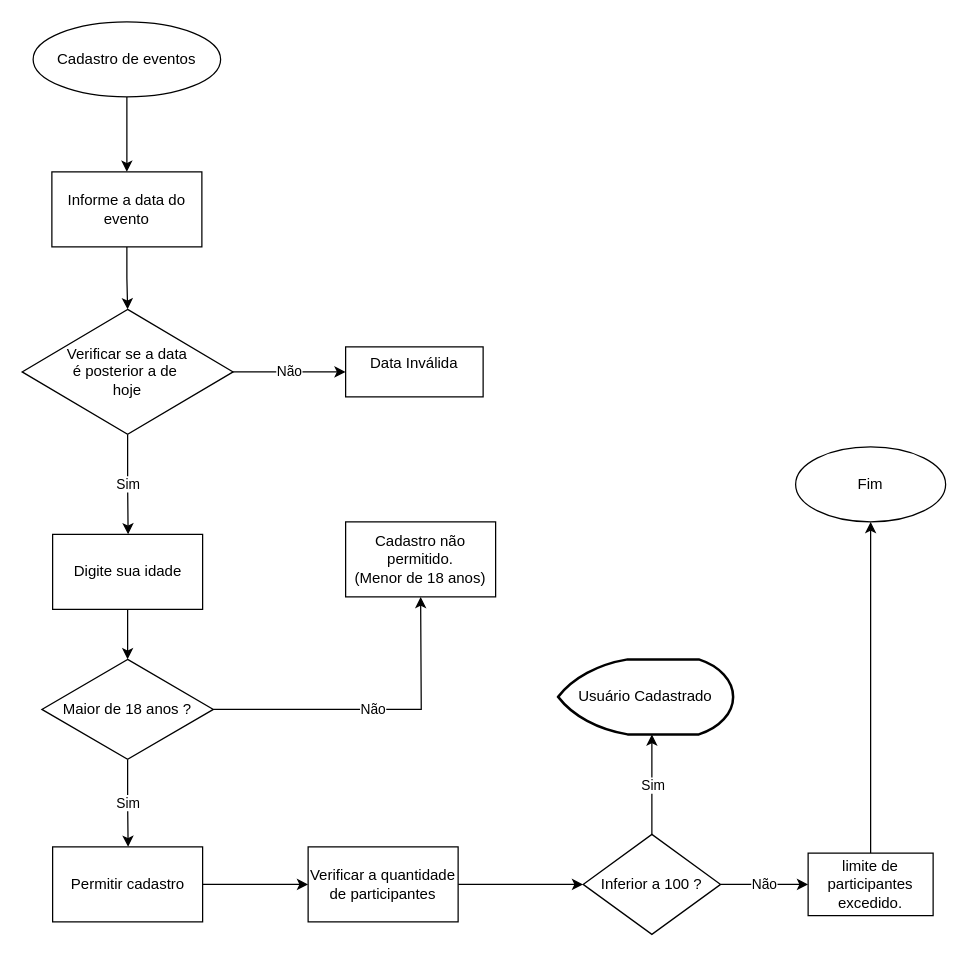
IvandroLuna/senai-versoes-colaboracoes keeps this draw.io diagram as Untitled Diagram.drawio. Above is the earlier version. Source tidied: cells renumbered, new cells numbered last; positions are measured from the earlier drawing's top-left corner, leaving out a move shared by most shapes. Both pictures are drawn from the tidied source at 125%, with x=0, y=0 at pixel (21, 21).
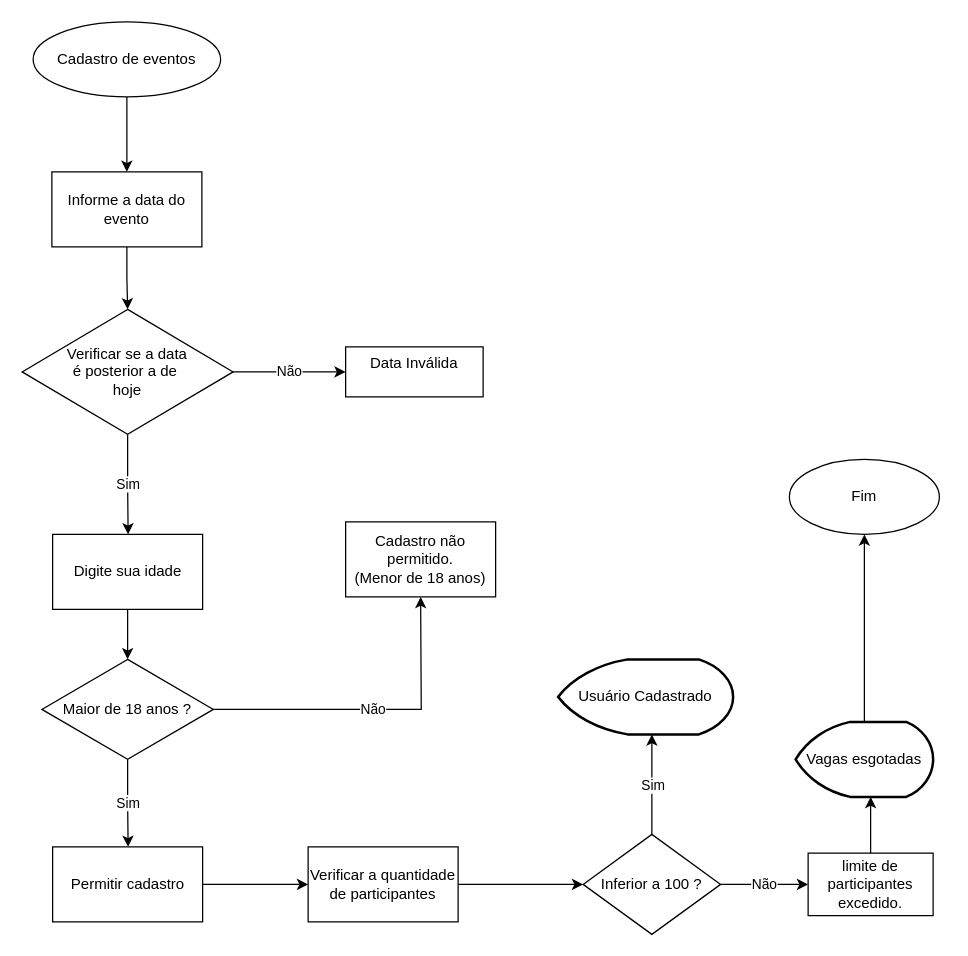
Above is the later version.

The change refers to these unchanged cells:
```xml
<mxCell id="24" value="limite de participantes excedido." style="rounded=0;whiteSpace=wrap;html=1;" parent="1" vertex="1">
  <mxGeometry x="629" y="665" width="100" height="50" as="geometry" />
</mxCell>
```

What changed in the source:
```diff
@@
-    <mxCell id="23" style="edgeStyle=orthogonalEdgeStyle;rounded=0;jettySize=auto;html=1;entryX=0.5;entryY=1;entryDx=0;entryDy=0;" parent="1" edge="1" source="24" target="25">
-      <mxGeometry relative="1" as="geometry" />
-    </mxCell>
+    <mxCell id="27" style="edgeStyle=orthogonalEdgeStyle;rounded=0;jettySize=auto;html=1;" parent="1" edge="1" source="24">
+      <mxGeometry relative="1" as="geometry">
+        <mxPoint x="679" y="620" as="targetPoint" />
+      </mxGeometry>
+    </mxCell>
@@
     <mxCell id="25" value="Fim" style="ellipse;whiteSpace=wrap;html=1;" parent="1" vertex="1">
-      <mxGeometry x="619" y="340" width="120" height="60" as="geometry" />
+      <mxGeometry x="614" y="350" width="120" height="60" as="geometry" />
     </mxCell>
@@
+    <mxCell id="28" style="edgeStyle=orthogonalEdgeStyle;rounded=0;jettySize=auto;html=1;" parent="1" edge="1" source="29">
+      <mxGeometry relative="1" as="geometry">
+        <mxPoint x="674" y="410" as="targetPoint" />
+      </mxGeometry>
+    </mxCell>
+    <mxCell id="29" value="Vagas esgotadas" style="strokeWidth=2;html=1;shape=mxgraph.flowchart.display;whiteSpace=wrap;" parent="1" vertex="1">
+      <mxGeometry x="619" y="560" width="110" height="60" as="geometry" />
+    </mxCell>
```
